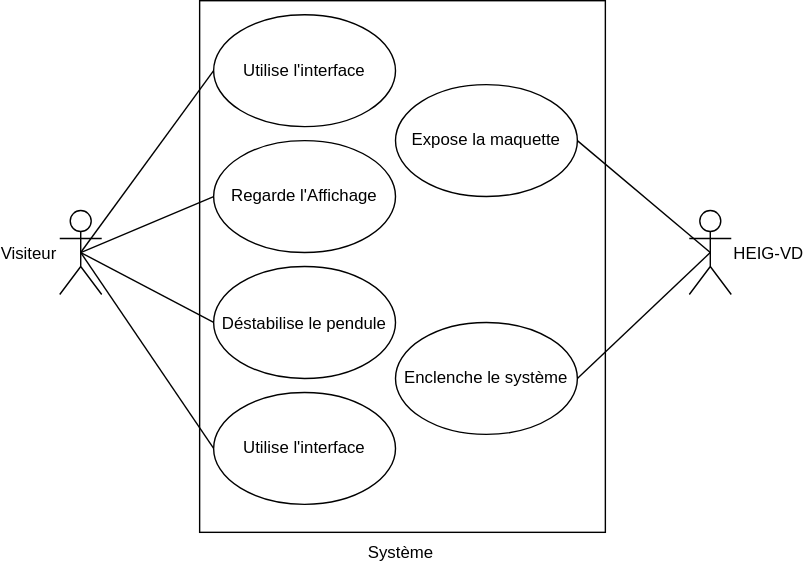
This is assets/figures/CasUtil.drawio.svg from Alessandro-Duca/TB-Pendule-Inverse, a draw.io export, as it was before one commit. Source tidied: cells renumbered, new cells last; positions are measured from the earlier drawing's top-left corner, leaving out a move shared by most shapes.
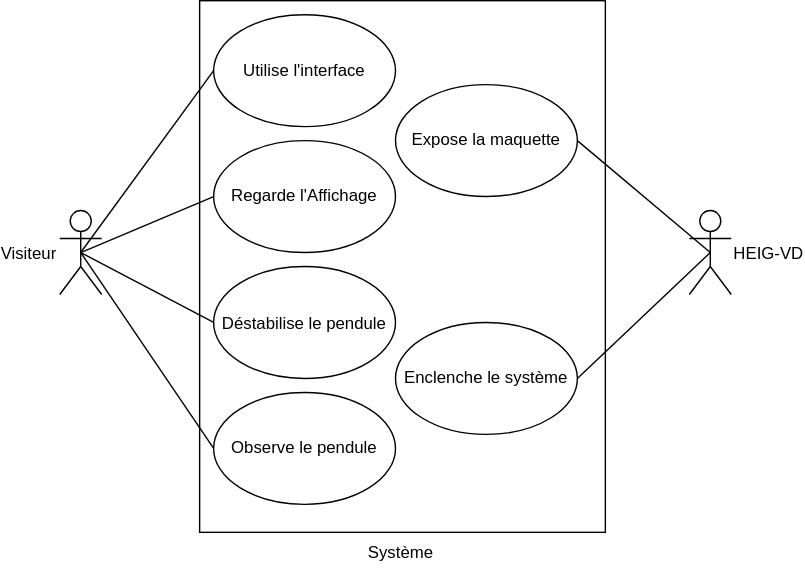
Later version of the same file.

Commit message:
Correction erreur

What changed in the source:
```diff
@@ -47,7 +47,7 @@
     <mxCell id="16" style="rounded=0;jettySize=auto;html=1;exitX=0;exitY=0.5;exitDx=0;exitDy=0;entryX=0.5;entryY=0.5;entryDx=0;entryDy=0;entryPerimeter=0;endArrow=none;endFill=0;" parent="1" edge="1" source="17" target="2">
       <mxGeometry relative="1" as="geometry" />
     </mxCell>
-    <mxCell id="17" value="Utilise l'interface" style="ellipse;whiteSpace=wrap;html=1;" parent="1" vertex="1">
+    <mxCell id="17" value="Observe le pendule" style="ellipse;whiteSpace=wrap;html=1;" parent="1" vertex="1">
       <mxGeometry x="110" y="280" width="130" height="80" as="geometry" />
     </mxCell>
   </root>
```
